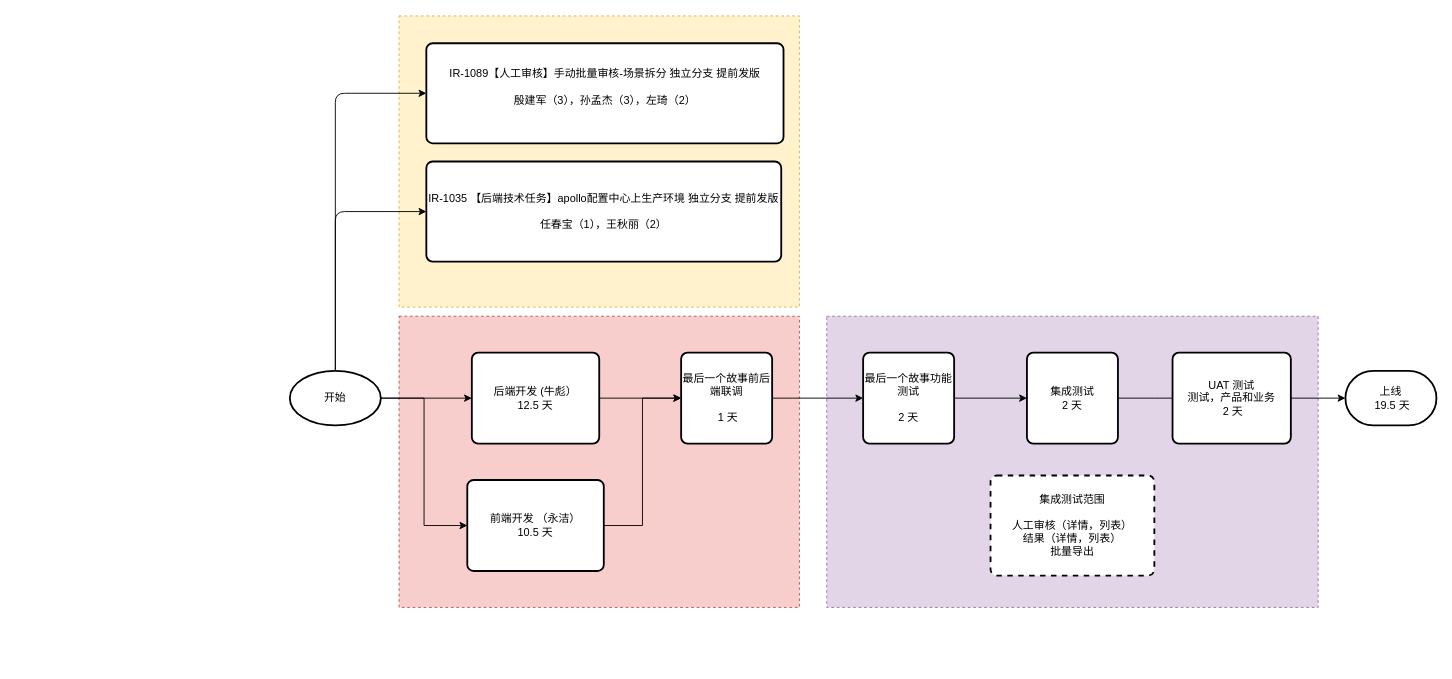
Before: page "Copy of 图像中台S13-关键路径" (9 of 10) of ImageRecognizeSprintPath.drawio in xiaofeng1986/drawIO, a draw.io diagram. Source tidied: cells renumbered, new cells numbered last; positions are measured from the earlier drawing's top-left corner, leaving out a move shared by most shapes. Both pictures are drawn from the tidied source at 91%, with x=0, y=0 at pixel (16, 15).
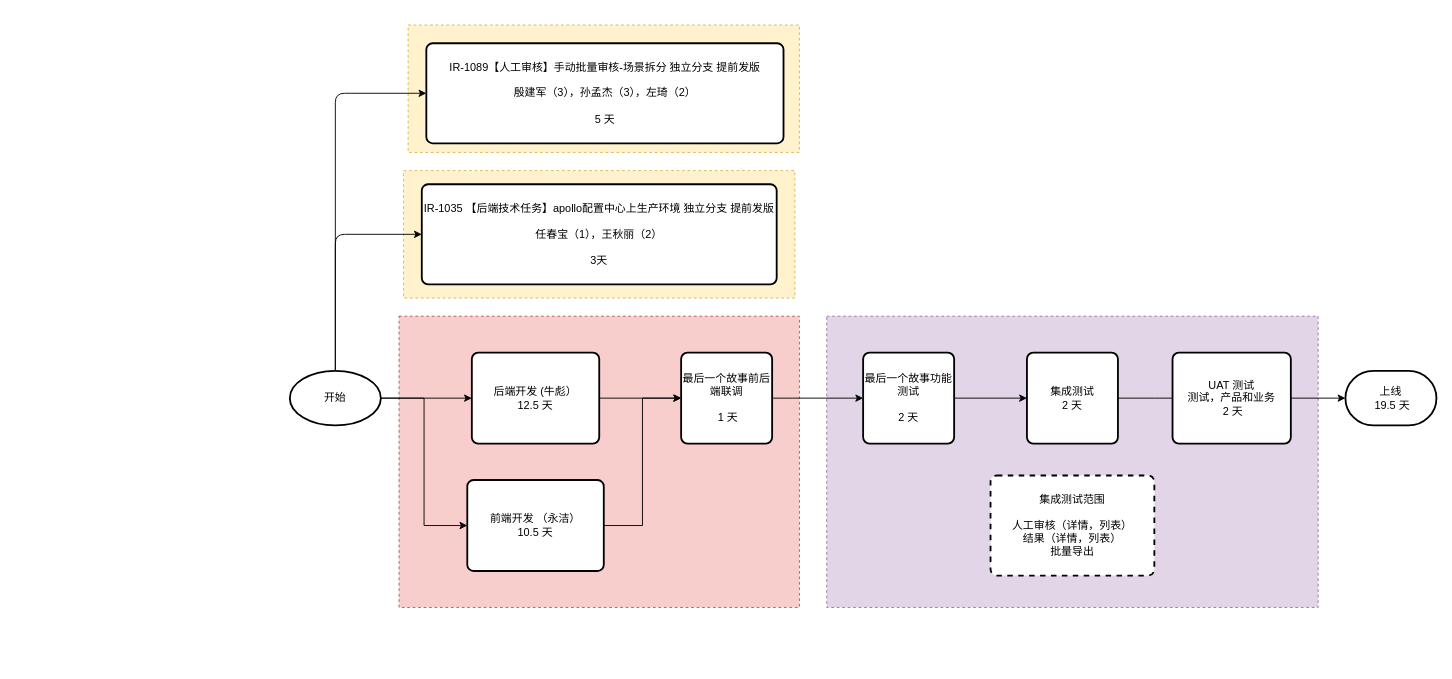
Above is the later version.

Commit message:
update quick real ease

The change refers to these unchanged cells:
```xml
<mxCell id="23" value="开始" style="strokeWidth=2;html=1;shape=mxgraph.flowchart.start_1;whiteSpace=wrap;" parent="1" vertex="1">
  <mxGeometry x="300" y="390" width="100" height="60" as="geometry" />
</mxCell>
```

Change to the diagram source:
```diff
@@
+    <mxCell id="28" style="rounded=0;whiteSpace=wrap;html=1;dashed=1;fillColor=#fff2cc;strokeColor=#d6b656;" parent="1" vertex="1">
+      <mxGeometry x="425" y="170" width="430" height="140" as="geometry" />
+    </mxCell>
     <mxCell id="2" style="rounded=0;whiteSpace=wrap;html=1;dashed=1;fillColor=#fff2cc;strokeColor=#d6b656;" parent="1" vertex="1">
-      <mxGeometry x="420" width="440" height="320" as="geometry" />
+      <mxGeometry x="430" y="10" width="430" height="140" as="geometry" />
     </mxCell>
@@
-    <mxCell id="24" value="&lt;span style=&quot;text-align: left ; background-color: rgb(255 , 255 , 255)&quot;&gt;IR-1089【人工审核】手动批量审核-场景拆分 独立分支 提前发版&lt;br&gt;&lt;br&gt;殷建军（3），孙孟杰（3），左琦（2）&lt;br&gt;&lt;br&gt;&lt;/span&gt;" style="rounded=1;whiteSpace=wrap;html=1;absoluteArcSize=1;arcSize=14;strokeWidth=2;" parent="1" vertex="1">
+    <mxCell id="24" value="&lt;span style=&quot;text-align: left ; background-color: rgb(255 , 255 , 255)&quot;&gt;IR-1089【人工审核】手动批量审核-场景拆分 独立分支 提前发版&lt;br&gt;&lt;br&gt;殷建军（3），孙孟杰（3），左琦（2）&lt;br&gt;&lt;br&gt;5 天&lt;br&gt;&lt;/span&gt;" style="rounded=1;whiteSpace=wrap;html=1;absoluteArcSize=1;arcSize=14;strokeWidth=2;" parent="1" vertex="1">
       <mxGeometry x="450" y="30" width="392.5" height="110" as="geometry" />
     </mxCell>
-    <mxCell id="25" value="&lt;span style=&quot;text-align: left ; background-color: rgb(255 , 255 , 255)&quot;&gt;IR-1035&amp;nbsp;&lt;/span&gt;&lt;span style=&quot;text-align: left ; background-color: rgb(255 , 255 , 255)&quot;&gt;【后端技术任务】apollo配置中心上生产环境 独立分支 提前发版&lt;br&gt;&lt;/span&gt;&lt;span style=&quot;text-align: left ; background-color: rgb(255 , 255 , 255)&quot;&gt;&lt;br&gt;任春宝（1），王秋丽（2）&lt;br&gt;&lt;/span&gt;" style="rounded=1;whiteSpace=wrap;html=1;absoluteArcSize=1;arcSize=14;strokeWidth=2;" parent="1" vertex="1">
-      <mxGeometry x="450" y="160" width="390" height="110" as="geometry" />
+    <mxCell id="25" value="&lt;span style=&quot;text-align: left ; background-color: rgb(255 , 255 , 255)&quot;&gt;IR-1035&amp;nbsp;&lt;/span&gt;&lt;span style=&quot;text-align: left ; background-color: rgb(255 , 255 , 255)&quot;&gt;【后端技术任务】apollo配置中心上生产环境 独立分支 提前发版&lt;br&gt;&lt;/span&gt;&lt;span style=&quot;text-align: left ; background-color: rgb(255 , 255 , 255)&quot;&gt;&lt;br&gt;任春宝（1），王秋丽（2）&lt;br&gt;&lt;br&gt;3天&lt;br&gt;&lt;/span&gt;" style="rounded=1;whiteSpace=wrap;html=1;absoluteArcSize=1;arcSize=14;strokeWidth=2;" parent="1" vertex="1">
+      <mxGeometry x="445" y="185" width="390" height="110" as="geometry" />
     </mxCell>
     <mxCell id="26" style="endArrow=classic;html=1;entryX=0;entryY=0.5;entryDx=0;entryDy=0;exitX=0.5;exitY=0;exitDx=0;exitDy=0;exitPerimeter=0;" parent="1" edge="1" source="23" target="25">
       <mxGeometry relative="1" as="geometry">
         <Array as="points">
-          <mxPoint x="350" y="215" />
+          <mxPoint x="350" y="240" />
         </Array>
       </mxGeometry>
     </mxCell>
```
